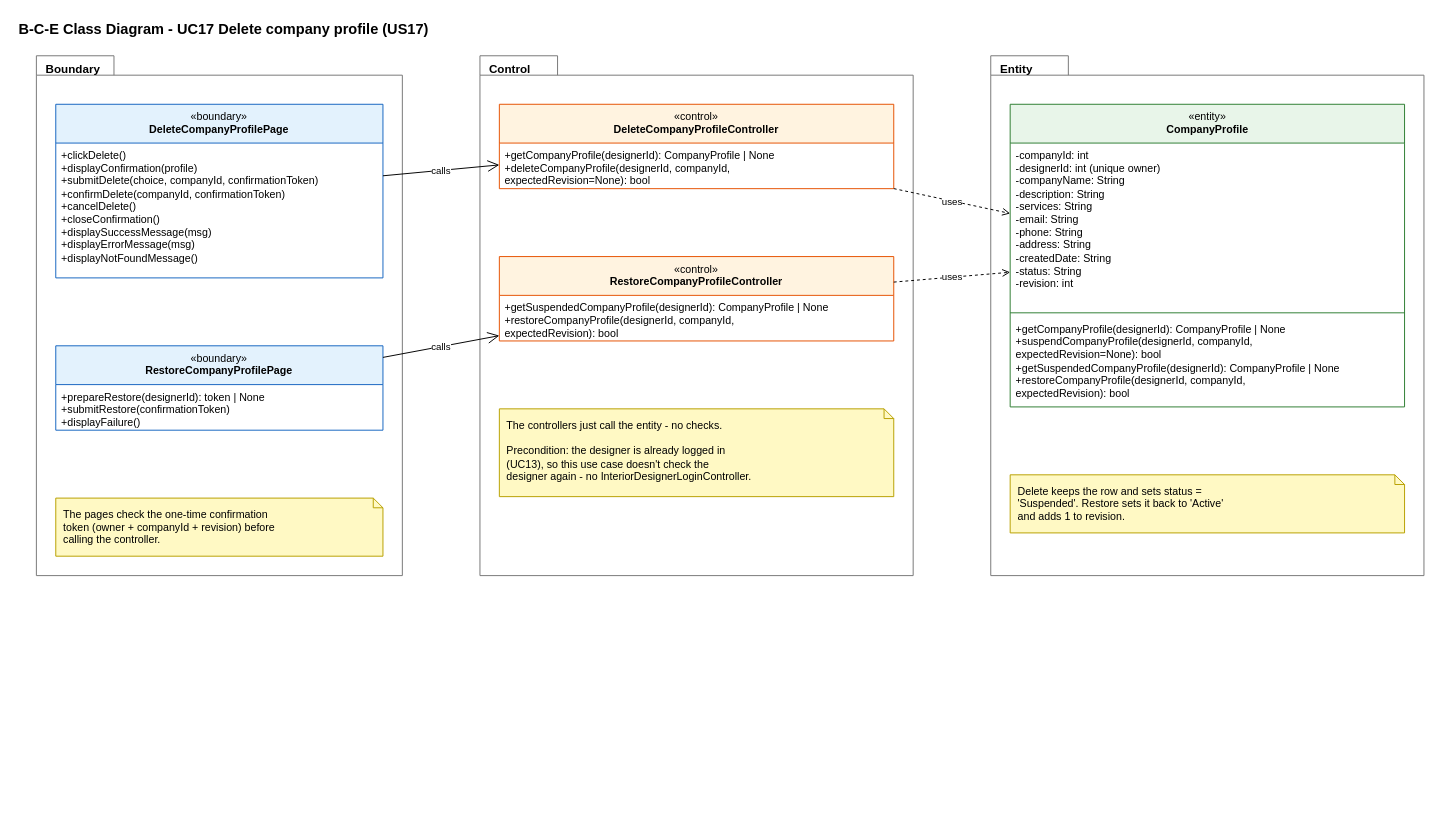
Above: page "5 BCE Class Diagram" (9 of 11) of Sprint_2/US17 - Delete Company Profile/US17 Delete company profile.drawio in Hanzxc/CSIT314-ARCHSS (draw.io), before the change. Source tidied: cells renumbered, new cells numbered last; positions are measured from the earlier drawing's top-left corner, leaving out a move shared by most shapes. Both pictures are drawn from the tidied source at 97%, with x=0, y=0 at pixel (16, 16).
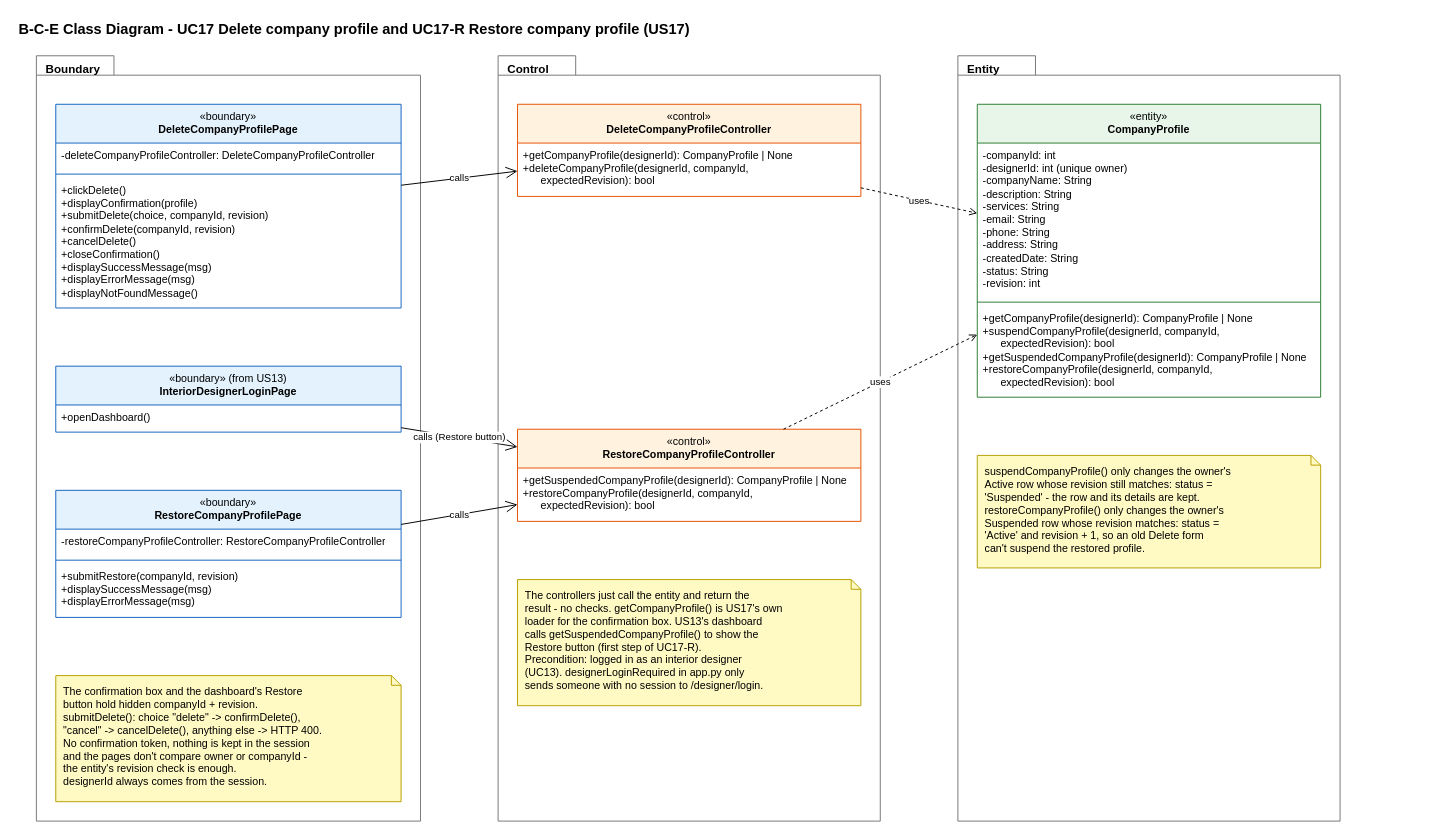
The same diagram, later.

Change to the diagram source:
```diff
@@
-    <mxCell id="2" value="&lt;b&gt;B-C-E Class Diagram - UC17 Delete company profile (US17)&lt;/b&gt;" style="text;html=1;strokeColor=none;fillColor=none;align=left;verticalAlign=middle;whiteSpace=nowrap;fontSize=15;fontColor=#000000;" parent="1" vertex="1">
-      <mxGeometry width="531.6" height="24" as="geometry" />
+    <mxCell id="2" value="&lt;b&gt;B-C-E Class Diagram - UC17 Delete company profile and UC17-R Restore company profile (US17)&lt;/b&gt;" style="text;html=1;strokeColor=none;fillColor=none;align=left;verticalAlign=middle;whiteSpace=nowrap;fontSize=15;fontColor=#000000;" parent="1" vertex="1">
+      <mxGeometry width="699" height="24" as="geometry" />
     </mxCell>
     <mxCell id="3" value="&lt;b&gt;Boundary&lt;/b&gt;" style="shape=folder;tabWidth=80;tabHeight=20;tabPosition=left;html=1;verticalAlign=top;align=left;spacingLeft=8;spacingTop=0;fillColor=none;fontSize=12;strokeColor=#777777;fontColor=#000000;" parent="1" vertex="1">
-      <mxGeometry x="20" y="40" width="377.3" height="535.9" as="geometry" />
+      <mxGeometry x="20" y="40" width="396" height="789" as="geometry" />
     </mxCell>
     <mxCell id="4" value="«boundary»&lt;br&gt;&lt;b&gt;DeleteCompanyProfilePage&lt;/b&gt;" style="swimlane;fontStyle=0;align=center;verticalAlign=top;horizontal=1;startSize=40;html=1;whiteSpace=wrap;fontSize=11;fillColor=#E3F2FD;strokeColor=#1565C0;swimlaneFillColor=#FFFFFF;fontColor=#000000;" parent="1" vertex="1">
-      <mxGeometry x="40" y="90" width="337.3" height="179" as="geometry" />
+      <mxGeometry x="40" y="90" width="356" height="210" as="geometry" />
     </mxCell>
-    <mxCell id="5" value="+clickDelete()&lt;br&gt;+displayConfirmation(profile)&lt;br&gt;+submitDelete(choice, companyId, confirmationToken)&lt;br&gt;+confirmDelete(companyId, confirmationToken)&lt;br&gt;+cancelDelete()&lt;br&gt;+closeConfirmation()&lt;br&gt;+displaySuccessMessage(msg)&lt;br&gt;+displayErrorMessage(msg)&lt;br&gt;+displayNotFoundMessage()" style="text;strokeColor=none;fillColor=none;align=left;verticalAlign=top;spacingLeft=4;spacingRight=4;overflow=hidden;whiteSpace=nowrap;html=1;fontSize=11;fontColor=#000000;" parent="4" vertex="1">
-      <mxGeometry y="40" width="337.3" height="139" as="geometry" />
+    <mxCell id="5" value="-deleteCompanyProfileController: DeleteCompanyProfileController" style="text;strokeColor=none;fillColor=none;align=left;verticalAlign=top;spacingLeft=4;spacingRight=4;overflow=hidden;whiteSpace=nowrap;html=1;fontSize=11;fontColor=#000000;" parent="4" vertex="1">
+      <mxGeometry y="40" width="356" height="28" as="geometry" />
     </mxCell>
-    <mxCell id="6" value="«boundary»&lt;br&gt;&lt;b&gt;RestoreCompanyProfilePage&lt;/b&gt;" style="swimlane;fontStyle=0;align=center;verticalAlign=top;horizontal=1;startSize=40;html=1;whiteSpace=wrap;fontSize=11;fillColor=#E3F2FD;strokeColor=#1565C0;swimlaneFillColor=#FFFFFF;fontColor=#000000;" parent="1" vertex="1">
-      <mxGeometry x="40" y="339" width="337.3" height="87" as="geometry" />
+    <mxCell id="6" style="line;strokeWidth=1;fillColor=none;align=left;verticalAlign=middle;spacingTop=-1;spacingLeft=3;spacingRight=3;labelPosition=right;points=[];portConstraint=eastwest;strokeColor=#1565C0;fontColor=#000000;" parent="4" vertex="1">
+      <mxGeometry y="68" width="356" height="8" as="geometry" />
     </mxCell>
-    <mxCell id="7" value="+prepareRestore(designerId): token | None&lt;br&gt;+submitRestore(confirmationToken)&lt;br&gt;+displayFailure()" style="text;strokeColor=none;fillColor=none;align=left;verticalAlign=top;spacingLeft=4;spacingRight=4;overflow=hidden;whiteSpace=nowrap;html=1;fontSize=11;fontColor=#000000;" parent="6" vertex="1">
-      <mxGeometry y="40" width="337.3" height="47" as="geometry" />
+    <mxCell id="7" value="+clickDelete()&lt;br&gt;+displayConfirmation(profile)&lt;br&gt;+submitDelete(choice, companyId, revision)&lt;br&gt;+confirmDelete(companyId, revision)&lt;br&gt;+cancelDelete()&lt;br&gt;+closeConfirmation()&lt;br&gt;+displaySuccessMessage(msg)&lt;br&gt;+displayErrorMessage(msg)&lt;br&gt;+displayNotFoundMessage()" style="text;strokeColor=none;fillColor=none;align=left;verticalAlign=top;spacingLeft=4;spacingRight=4;overflow=hidden;whiteSpace=nowrap;html=1;fontSize=11;fontColor=#000000;" parent="4" vertex="1">
+      <mxGeometry y="76" width="356" height="134" as="geometry" />
     </mxCell>
-    <mxCell id="8" value="The pages check the one-time confirmation&lt;br&gt;token (owner + companyId + revision) before&lt;br&gt;calling the controller." style="shape=note;whiteSpace=wrap;html=1;size=10;fillColor=#FFF9C4;strokeColor=#B8A100;align=left;verticalAlign=top;spacingLeft=6;spacingRight=4;spacingTop=4;fontSize=11;fontColor=#000000;" parent="1" vertex="1">
-      <mxGeometry x="40" y="496" width="337.3" height="59.9" as="geometry" />
+    <mxCell id="8" value="«boundary» (from US13)&lt;br&gt;&lt;b&gt;InteriorDesignerLoginPage&lt;/b&gt;" style="swimlane;fontStyle=0;align=center;verticalAlign=top;horizontal=1;startSize=40;html=1;whiteSpace=wrap;fontSize=11;fillColor=#E3F2FD;strokeColor=#1565C0;swimlaneFillColor=#FFFFFF;fontColor=#000000;" parent="1" vertex="1">
+      <mxGeometry x="40" y="360" width="356" height="68" as="geometry" />
     </mxCell>
-    <mxCell id="9" value="&lt;b&gt;Control&lt;/b&gt;" style="shape=folder;tabWidth=80;tabHeight=20;tabPosition=left;html=1;verticalAlign=top;align=left;spacingLeft=8;spacingTop=0;fillColor=none;fontSize=12;strokeColor=#777777;fontColor=#000000;" parent="1" vertex="1">
-      <mxGeometry x="477.3" y="40" width="446.6" height="535.9" as="geometry" />
+    <mxCell id="9" value="+openDashboard()" style="text;strokeColor=none;fillColor=none;align=left;verticalAlign=top;spacingLeft=4;spacingRight=4;overflow=hidden;whiteSpace=nowrap;html=1;fontSize=11;fontColor=#000000;" parent="8" vertex="1">
+      <mxGeometry y="40" width="356" height="28" as="geometry" />
     </mxCell>
-    <mxCell id="10" value="«control»&lt;br&gt;&lt;b&gt;DeleteCompanyProfileController&lt;/b&gt;" style="swimlane;fontStyle=0;align=center;verticalAlign=top;horizontal=1;startSize=40;html=1;whiteSpace=wrap;fontSize=11;fillColor=#FFF3E0;strokeColor=#E65100;swimlaneFillColor=#FFFFFF;fontColor=#000000;" parent="1" vertex="1">
-      <mxGeometry x="497.3" y="90" width="406.6" height="87" as="geometry" />
+    <mxCell id="10" value="«boundary»&lt;br&gt;&lt;b&gt;RestoreCompanyProfilePage&lt;/b&gt;" style="swimlane;fontStyle=0;align=center;verticalAlign=top;horizontal=1;startSize=40;html=1;whiteSpace=wrap;fontSize=11;fillColor=#E3F2FD;strokeColor=#1565C0;swimlaneFillColor=#FFFFFF;fontColor=#000000;" parent="1" vertex="1">
+      <mxGeometry x="40" y="488" width="356" height="131" as="geometry" />
     </mxCell>
-    <mxCell id="11" value="+getCompanyProfile(designerId): CompanyProfile | None&lt;br&gt;+deleteCompanyProfile(designerId, companyId,&lt;br&gt;        expectedRevision=None): bool" style="text;strokeColor=none;fillColor=none;align=left;verticalAlign=top;spacingLeft=4;spacingRight=4;overflow=hidden;whiteSpace=nowrap;html=1;fontSize=11;fontColor=#000000;" parent="10" vertex="1">
-      <mxGeometry y="40" width="406.6" height="47" as="geometry" />
+    <mxCell id="11" value="-restoreCompanyProfileController: RestoreCompanyProfileController" style="text;strokeColor=none;fillColor=none;align=left;verticalAlign=top;spacingLeft=4;spacingRight=4;overflow=hidden;whiteSpace=nowrap;html=1;fontSize=11;fontColor=#000000;" parent="10" vertex="1">
+      <mxGeometry y="40" width="356" height="28" as="geometry" />
     </mxCell>
-    <mxCell id="12" value="«control»&lt;br&gt;&lt;b&gt;RestoreCompanyProfileController&lt;/b&gt;" style="swimlane;fontStyle=0;align=center;verticalAlign=top;horizontal=1;startSize=40;html=1;whiteSpace=wrap;fontSize=11;fillColor=#FFF3E0;strokeColor=#E65100;swimlaneFillColor=#FFFFFF;fontColor=#000000;" parent="1" vertex="1">
-      <mxGeometry x="497.3" y="247" width="406.6" height="87" as="geometry" />
+    <mxCell id="12" style="line;strokeWidth=1;fillColor=none;align=left;verticalAlign=middle;spacingTop=-1;spacingLeft=3;spacingRight=3;labelPosition=right;points=[];portConstraint=eastwest;strokeColor=#1565C0;fontColor=#000000;" parent="10" vertex="1">
+      <mxGeometry y="68" width="356" height="8" as="geometry" />
     </mxCell>
-    <mxCell id="13" value="+getSuspendedCompanyProfile(designerId): CompanyProfile | None&lt;br&gt;+restoreCompanyProfile(designerId, companyId,&lt;br&gt;        expectedRevision): bool" style="text;strokeColor=none;fillColor=none;align=left;verticalAlign=top;spacingLeft=4;spacingRight=4;overflow=hidden;whiteSpace=nowrap;html=1;fontSize=11;fontColor=#000000;" parent="12" vertex="1">
-      <mxGeometry y="40" width="406.6" height="47" as="geometry" />
+    <mxCell id="13" value="+submitRestore(companyId, revision)&lt;br&gt;+displaySuccessMessage(msg)&lt;br&gt;+displayErrorMessage(msg)" style="text;strokeColor=none;fillColor=none;align=left;verticalAlign=top;spacingLeft=4;spacingRight=4;overflow=hidden;whiteSpace=nowrap;html=1;fontSize=11;fontColor=#000000;" parent="10" vertex="1">
+      <mxGeometry y="76" width="356" height="55" as="geometry" />
     </mxCell>
-    <mxCell id="14" value="The controllers just call the entity - no checks.&lt;br&gt;&lt;br&gt;Precondition: the designer is already logged in&lt;br&gt;(UC13), so this use case doesn't check the&lt;br&gt;designer again - no InteriorDesignerLoginController." style="shape=note;whiteSpace=wrap;html=1;size=10;fillColor=#FFF9C4;strokeColor=#B8A100;align=left;verticalAlign=top;spacingLeft=6;spacingRight=4;spacingTop=4;fontSize=11;fontColor=#000000;" parent="1" vertex="1">
-      <mxGeometry x="497.3" y="404" width="406.6" height="90.5" as="geometry" />
+    <mxCell id="14" value="The confirmation box and the dashboard's Restore&lt;br&gt;button hold hidden companyId + revision.&lt;br&gt;submitDelete(): choice &quot;delete&quot; -&amp;gt; confirmDelete(),&lt;br&gt;&quot;cancel&quot; -&amp;gt; cancelDelete(), anything else -&amp;gt; HTTP 400.&lt;br&gt;No confirmation token, nothing is kept in the session&lt;br&gt;and the pages don't compare owner or companyId -&lt;br&gt;the entity's revision check is enough.&lt;br&gt;designerId always comes from the session." style="shape=note;whiteSpace=wrap;html=1;size=10;fillColor=#FFF9C4;strokeColor=#B8A100;align=left;verticalAlign=top;spacingLeft=6;spacingRight=4;spacingTop=4;fontSize=11;fontColor=#000000;" parent="1" vertex="1">
+      <mxGeometry x="40" y="679" width="356" height="130" as="geometry" />
     </mxCell>
-    <mxCell id="15" value="&lt;b&gt;Entity&lt;/b&gt;" style="shape=folder;tabWidth=80;tabHeight=20;tabPosition=left;html=1;verticalAlign=top;align=left;spacingLeft=8;spacingTop=0;fillColor=none;fontSize=12;strokeColor=#777777;fontColor=#000000;" parent="1" vertex="1">
-      <mxGeometry x="1003.9" y="40" width="446.6" height="535.9" as="geometry" />
+    <mxCell id="15" value="&lt;b&gt;Control&lt;/b&gt;" style="shape=folder;tabWidth=80;tabHeight=20;tabPosition=left;html=1;verticalAlign=top;align=left;spacingLeft=8;spacingTop=0;fillColor=none;fontSize=12;strokeColor=#777777;fontColor=#000000;" parent="1" vertex="1">
+      <mxGeometry x="496" y="40" width="394" height="789" as="geometry" />
     </mxCell>
-    <mxCell id="16" value="«entity»&lt;br&gt;&lt;b&gt;CompanyProfile&lt;/b&gt;" style="swimlane;fontStyle=0;align=center;verticalAlign=top;horizontal=1;startSize=40;html=1;whiteSpace=wrap;fontSize=11;fillColor=#E8F5E9;strokeColor=#2E7D32;swimlaneFillColor=#FFFFFF;fontColor=#000000;" parent="1" vertex="1">
-      <mxGeometry x="1023.9" y="90" width="406.6" height="312" as="geometry" />
+    <mxCell id="16" value="«control»&lt;br&gt;&lt;b&gt;DeleteCompanyProfileController&lt;/b&gt;" style="swimlane;fontStyle=0;align=center;verticalAlign=top;horizontal=1;startSize=40;html=1;whiteSpace=wrap;fontSize=11;fillColor=#FFF3E0;strokeColor=#E65100;swimlaneFillColor=#FFFFFF;fontColor=#000000;" parent="1" vertex="1">
+      <mxGeometry x="516" y="90" width="354" height="95" as="geometry" />
     </mxCell>
-    <mxCell id="17" value="-companyId: int&lt;br&gt;-designerId: int (unique owner)&lt;br&gt;-companyName: String&lt;br&gt;-description: String&lt;br&gt;-services: String&lt;br&gt;-email: String&lt;br&gt;-phone: String&lt;br&gt;-address: String&lt;br&gt;-createdDate: String&lt;br&gt;-status: String&lt;br&gt;-revision: int" style="text;strokeColor=none;fillColor=none;align=left;verticalAlign=top;spacingLeft=4;spacingRight=4;overflow=hidden;whiteSpace=nowrap;html=1;fontSize=11;fontColor=#000000;" parent="16" vertex="1">
-      <mxGeometry y="40" width="406.6" height="171" as="geometry" />
+    <mxCell id="17" value="+getCompanyProfile(designerId): CompanyProfile | None&lt;br&gt;+deleteCompanyProfile(designerId, companyId,&lt;br&gt;      expectedRevision): bool" style="text;strokeColor=none;fillColor=none;align=left;verticalAlign=top;spacingLeft=4;spacingRight=4;overflow=hidden;whiteSpace=nowrap;html=1;fontSize=11;fontColor=#000000;" parent="16" vertex="1">
+      <mxGeometry y="40" width="354" height="55" as="geometry" />
     </mxCell>
-    <mxCell id="18" style="line;strokeWidth=1;fillColor=none;align=left;verticalAlign=middle;spacingTop=-1;spacingLeft=3;spacingRight=3;labelPosition=right;points=[];portConstraint=eastwest;strokeColor=#2E7D32;fontColor=#000000;" parent="16" vertex="1">
-      <mxGeometry y="211" width="406.6" height="8" as="geometry" />
+    <mxCell id="18" value="«control»&lt;br&gt;&lt;b&gt;RestoreCompanyProfileController&lt;/b&gt;" style="swimlane;fontStyle=0;align=center;verticalAlign=top;horizontal=1;startSize=40;html=1;whiteSpace=wrap;fontSize=11;fillColor=#FFF3E0;strokeColor=#E65100;swimlaneFillColor=#FFFFFF;fontColor=#000000;" parent="1" vertex="1">
+      <mxGeometry x="516" y="425" width="354" height="95" as="geometry" />
     </mxCell>
-    <mxCell id="19" value="+getCompanyProfile(designerId): CompanyProfile | None&lt;br&gt;+suspendCompanyProfile(designerId, companyId,&lt;br&gt;        expectedRevision=None): bool&lt;br&gt;+getSuspendedCompanyProfile(designerId): CompanyProfile | None&lt;br&gt;+restoreCompanyProfile(designerId, companyId,&lt;br&gt;        expectedRevision): bool" style="text;strokeColor=none;fillColor=none;align=left;verticalAlign=top;spacingLeft=4;spacingRight=4;overflow=hidden;whiteSpace=nowrap;html=1;fontSize=11;fontColor=#000000;" parent="16" vertex="1">
-      <mxGeometry y="219" width="406.6" height="93" as="geometry" />
+    <mxCell id="19" value="+getSuspendedCompanyProfile(designerId): CompanyProfile | None&lt;br&gt;+restoreCompanyProfile(designerId, companyId,&lt;br&gt;      expectedRevision): bool" style="text;strokeColor=none;fillColor=none;align=left;verticalAlign=top;spacingLeft=4;spacingRight=4;overflow=hidden;whiteSpace=nowrap;html=1;fontSize=11;fontColor=#000000;" parent="18" vertex="1">
+      <mxGeometry y="40" width="354" height="55" as="geometry" />
     </mxCell>
-    <mxCell id="20" value="Delete keeps the row and sets status =&lt;br&gt;'Suspended'. Restore sets it back to 'Active'&lt;br&gt;and adds 1 to revision." style="shape=note;whiteSpace=wrap;html=1;size=10;fillColor=#FFF9C4;strokeColor=#B8A100;align=left;verticalAlign=top;spacingLeft=6;spacingRight=4;spacingTop=4;fontSize=11;fontColor=#000000;" parent="1" vertex="1">
-      <mxGeometry x="1023.9" y="472" width="406.6" height="59.9" as="geometry" />
+    <mxCell id="20" value="The controllers just call the entity and return the&lt;br&gt;result - no checks. getCompanyProfile() is US17's own&lt;br&gt;loader for the confirmation box. US13's dashboard&lt;br&gt;calls getSuspendedCompanyProfile() to show the&lt;br&gt;Restore button (first step of UC17-R).&lt;br&gt;Precondition: logged in as an interior designer&lt;br&gt;(UC13). designerLoginRequired in app.py only&lt;br&gt;sends someone with no session to /designer/login." style="shape=note;whiteSpace=wrap;html=1;size=10;fillColor=#FFF9C4;strokeColor=#B8A100;align=left;verticalAlign=top;spacingLeft=6;spacingRight=4;spacingTop=4;fontSize=11;fontColor=#000000;" parent="1" vertex="1">
+      <mxGeometry x="516" y="580" width="354" height="130" as="geometry" />
     </mxCell>
-    <mxCell id="21" value="calls" style="endArrow=open;endFill=0;endSize=10;html=1;rounded=0;fontSize=10;fontColor=#000000;strokeColor=#000000;labelBackgroundColor=#FFFFFF;" parent="1" edge="1" source="4" target="10">
-      <mxGeometry relative="1" as="geometry" />
+    <mxCell id="21" value="&lt;b&gt;Entity&lt;/b&gt;" style="shape=folder;tabWidth=80;tabHeight=20;tabPosition=left;html=1;verticalAlign=top;align=left;spacingLeft=8;spacingTop=0;fillColor=none;fontSize=12;strokeColor=#777777;fontColor=#000000;" parent="1" vertex="1">
+      <mxGeometry x="970" y="40" width="394" height="789" as="geometry" />
     </mxCell>
-    <mxCell id="22" value="calls" style="endArrow=open;endFill=0;endSize=10;html=1;rounded=0;fontSize=10;fontColor=#000000;strokeColor=#000000;labelBackgroundColor=#FFFFFF;" parent="1" edge="1" source="6" target="12">
-      <mxGeometry relative="1" as="geometry" />
+    <mxCell id="22" value="«entity»&lt;br&gt;&lt;b&gt;CompanyProfile&lt;/b&gt;" style="swimlane;fontStyle=0;align=center;verticalAlign=top;horizontal=1;startSize=40;html=1;whiteSpace=wrap;fontSize=11;fillColor=#E8F5E9;strokeColor=#2E7D32;swimlaneFillColor=#FFFFFF;fontColor=#000000;" parent="1" vertex="1">
+      <mxGeometry x="990" y="90" width="354" height="302" as="geometry" />
     </mxCell>
-    <mxCell id="23" value="uses" style="endArrow=open;endFill=0;dashed=1;html=1;rounded=0;fontSize=10;fontColor=#000000;strokeColor=#000000;labelBackgroundColor=#FFFFFF;" parent="1" edge="1" source="10" target="16">
-      <mxGeometry relative="1" as="geometry" />
+    <mxCell id="23" value="-companyId: int&lt;br&gt;-designerId: int (unique owner)&lt;br&gt;-companyName: String&lt;br&gt;-description: String&lt;br&gt;-services: String&lt;br&gt;-email: String&lt;br&gt;-phone: String&lt;br&gt;-address: String&lt;br&gt;-createdDate: String&lt;br&gt;-status: String&lt;br&gt;-revision: int" style="text;strokeColor=none;fillColor=none;align=left;verticalAlign=top;spacingLeft=4;spacingRight=4;overflow=hidden;whiteSpace=nowrap;html=1;fontSize=11;fontColor=#000000;" parent="22" vertex="1">
+      <mxGeometry y="40" width="354" height="160" as="geometry" />
     </mxCell>
-    <mxCell id="24" value="uses" style="endArrow=open;endFill=0;dashed=1;html=1;rounded=0;fontSize=10;fontColor=#000000;strokeColor=#000000;labelBackgroundColor=#FFFFFF;" parent="1" edge="1" source="12" target="16">
-      <mxGeometry relative="1" as="geometry" />
+    <mxCell id="24" style="line;strokeWidth=1;fillColor=none;align=left;verticalAlign=middle;spacingTop=-1;spacingLeft=3;spacingRight=3;labelPosition=right;strokeColor=#2E7D32;fontColor=#000000;" parent="22" vertex="1">
+      <mxGeometry y="200" width="354" height="8" as="geometry" />
     </mxCell>
+    <mxCell id="25" value="+getCompanyProfile(designerId): CompanyProfile | None&lt;br&gt;+suspendCompanyProfile(designerId, companyId,&lt;br&gt;      expectedRevision): bool&lt;br&gt;+getSuspendedCompanyProfile(designerId): CompanyProfile | None&lt;br&gt;+restoreCompanyProfile(designerId, companyId,&lt;br&gt;      expectedRevision): bool" style="text;strokeColor=none;fillColor=none;align=left;verticalAlign=top;spacingLeft=4;spacingRight=4;overflow=hidden;whiteSpace=nowrap;html=1;fontSize=11;fontColor=#000000;" parent="22" vertex="1">
+      <mxGeometry y="208" width="354" height="94" as="geometry" />
+    </mxCell>
+    <mxCell id="26" value="suspendCompanyProfile() only changes the owner's&lt;br&gt;Active row whose revision still matches: status =&lt;br&gt;'Suspended' - the row and its details are kept.&lt;br&gt;restoreCompanyProfile() only changes the owner's&lt;br&gt;Suspended row whose revision matches: status =&lt;br&gt;'Active' and revision + 1, so an old Delete form&lt;br&gt;can't suspend the restored profile." style="shape=note;whiteSpace=wrap;html=1;size=10;fillColor=#FFF9C4;strokeColor=#B8A100;align=left;verticalAlign=top;spacingLeft=6;spacingRight=4;spacingTop=4;fontSize=11;fontColor=#000000;" parent="1" vertex="1">
+      <mxGeometry x="990" y="452" width="354" height="116" as="geometry" />
+    </mxCell>
+    <mxCell id="27" value="calls" style="endArrow=open;endFill=0;endSize=10;html=1;rounded=0;fontSize=10;fontColor=#000000;strokeColor=#000000;labelBackgroundColor=#FFFFFF;" parent="1" edge="1" source="4" target="16">
+      <mxGeometry relative="1" as="geometry" />
+    </mxCell>
+    <mxCell id="28" value="calls" style="endArrow=open;endFill=0;endSize=10;html=1;rounded=0;fontSize=10;fontColor=#000000;strokeColor=#000000;labelBackgroundColor=#FFFFFF;" parent="1" edge="1" source="10" target="18">
+      <mxGeometry relative="1" as="geometry" />
+    </mxCell>
+    <mxCell id="29" value="calls (Restore button)" style="endArrow=open;endFill=0;endSize=10;html=1;rounded=0;fontSize=10;fontColor=#000000;strokeColor=#000000;labelBackgroundColor=#FFFFFF;" parent="1" edge="1" source="8" target="18">
+      <mxGeometry relative="1" as="geometry" />
+    </mxCell>
+    <mxCell id="30" value="uses" style="endArrow=open;endFill=0;dashed=1;html=1;rounded=0;fontSize=10;fontColor=#000000;strokeColor=#000000;labelBackgroundColor=#FFFFFF;" parent="1" edge="1" source="16" target="22">
+      <mxGeometry relative="1" as="geometry" />
+    </mxCell>
+    <mxCell id="31" value="uses" style="endArrow=open;endFill=0;dashed=1;html=1;rounded=0;fontSize=10;fontColor=#000000;strokeColor=#000000;labelBackgroundColor=#FFFFFF;" parent="1" edge="1" source="18" target="22">
+      <mxGeometry relative="1" as="geometry" />
+    </mxCell>
```
